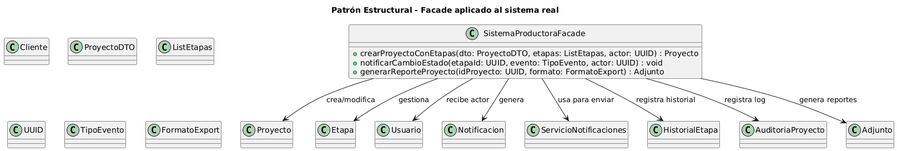
dantebiondi666-prog/SistemaProductoraVideos keeps this PlantUML diagram as diagramas/01-diagrama-clases/01-patron-estructural-facade.png. Above is the earlier version.
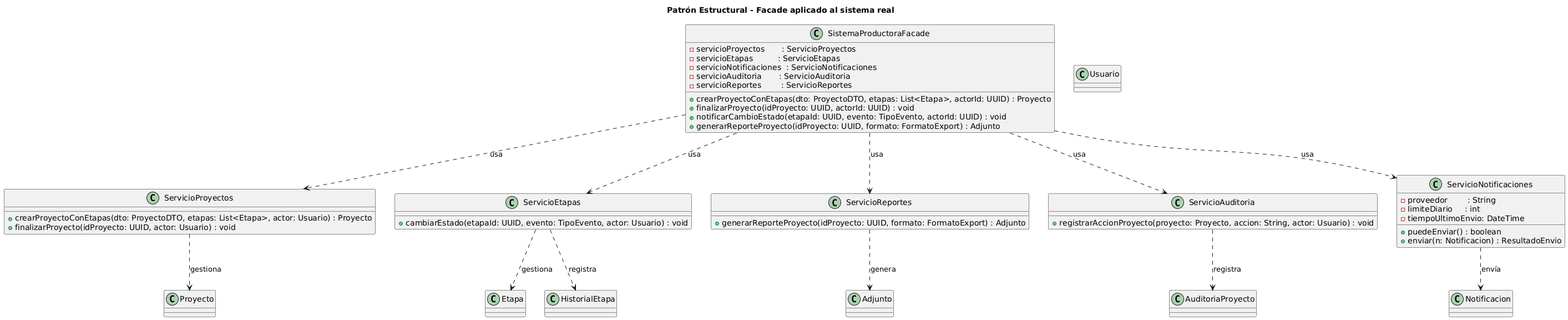
The same file after the commit.

Diff of the diagram source:
```diff
@@ -1,34 +1,68 @@
 @startuml
 title Patrón Estructural - Facade aplicado al sistema real
 
+
 class SistemaProductoraFacade {
-  +crearProyectoConEtapas(dto: ProyectoDTO, etapas: ListEtapas, actor: UUID) : Proyecto
-  +notificarCambioEstado(etapaId: UUID, evento: TipoEvento, actor: UUID) : void
-  +generarReporteProyecto(idProyecto: UUID, formato: FormatoExport) : Adjunto
+  - servicioProyectos       : ServicioProyectos
+  - servicioEtapas          : ServicioEtapas
+  - servicioNotificaciones  : ServicioNotificaciones
+  - servicioAuditoria       : ServicioAuditoria
+  - servicioReportes        : ServicioReportes
+
+  + crearProyectoConEtapas(dto: ProyectoDTO, etapas: List<Etapa>, actorId: UUID) : Proyecto
+  + finalizarProyecto(idProyecto: UUID, actorId: UUID) : void
+  + notificarCambioEstado(etapaId: UUID, evento: TipoEvento, actorId: UUID) : void
+  + generarReporteProyecto(idProyecto: UUID, formato: FormatoExport) : Adjunto
 }
+
+
+class ServicioProyectos {
+  + crearProyectoConEtapas(dto: ProyectoDTO, etapas: List<Etapa>, actor: Usuario) : Proyecto
+  + finalizarProyecto(idProyecto: UUID, actor: Usuario) : void
+}
+
+class ServicioEtapas {
+  + cambiarEstado(etapaId: UUID, evento: TipoEvento, actor: Usuario) : void
+}
+
+class ServicioReportes {
+  + generarReporteProyecto(idProyecto: UUID, formato: FormatoExport) : Adjunto
+}
+
+class ServicioAuditoria {
+  + registrarAccionProyecto(proyecto: Proyecto, accion: String, actor: Usuario) : void
+}
+
+class ServicioNotificaciones {
+  - proveedor        : String
+  - limiteDiario     : int
+  - tiempoUltimoEnvio: DateTime
+
+  + puedeEnviar() : boolean
+  + enviar(n: Notificacion) : ResultadoEnvio
+}
+
 
 class Proyecto
 class Etapa
 class Usuario
-class Cliente
 class Notificacion
-class ServicioNotificaciones
 class HistorialEtapa
 class AuditoriaProyecto
 class Adjunto
 
-class ProyectoDTO
-class ListEtapas
-class UUID
-class TipoEvento
-class FormatoExport
 
-SistemaProductoraFacade --> Proyecto : crea/modifica
-SistemaProductoraFacade --> Etapa : gestiona
-SistemaProductoraFacade --> Usuario : recibe actor
-SistemaProductoraFacade --> Notificacion : genera
-SistemaProductoraFacade --> ServicioNotificaciones : usa para enviar
-SistemaProductoraFacade --> AuditoriaProyecto : registra log
-SistemaProductoraFacade --> HistorialEtapa : registra historial
-SistemaProductoraFacade --> Adjunto : genera reportes
+SistemaProductoraFacade ..> ServicioProyectos       : usa
+SistemaProductoraFacade ..> ServicioEtapas          : usa
+SistemaProductoraFacade ..> ServicioNotificaciones  : usa
+SistemaProductoraFacade ..> ServicioAuditoria       : usa
+SistemaProductoraFacade ..> ServicioReportes        : usa
+
+
+ServicioProyectos      ..> Proyecto          : gestiona
+ServicioEtapas         ..> Etapa             : gestiona
+ServicioEtapas         ..> HistorialEtapa    : registra
+ServicioAuditoria      ..> AuditoriaProyecto : registra
+ServicioReportes       ..> Adjunto           : genera
+ServicioNotificaciones ..> Notificacion      : envía
 @enduml
```
